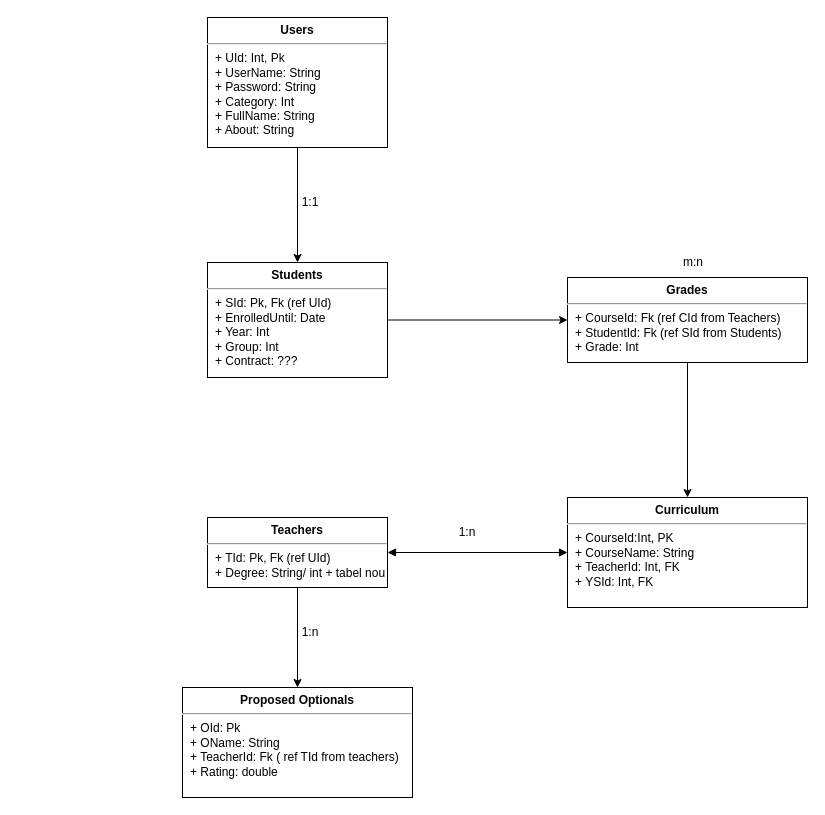
Above: DatabaseDiagram.drawio in iss-project-pisicile-salbatice/AcademicManagementSystem (draw.io), before the change. Source tidied: cells renumbered, new cells numbered last; positions are measured from the earlier drawing's top-left corner, leaving out a move shared by most shapes. Both pictures are drawn from the tidied source at 100%, with x=0, y=0 at pixel (182, 17).
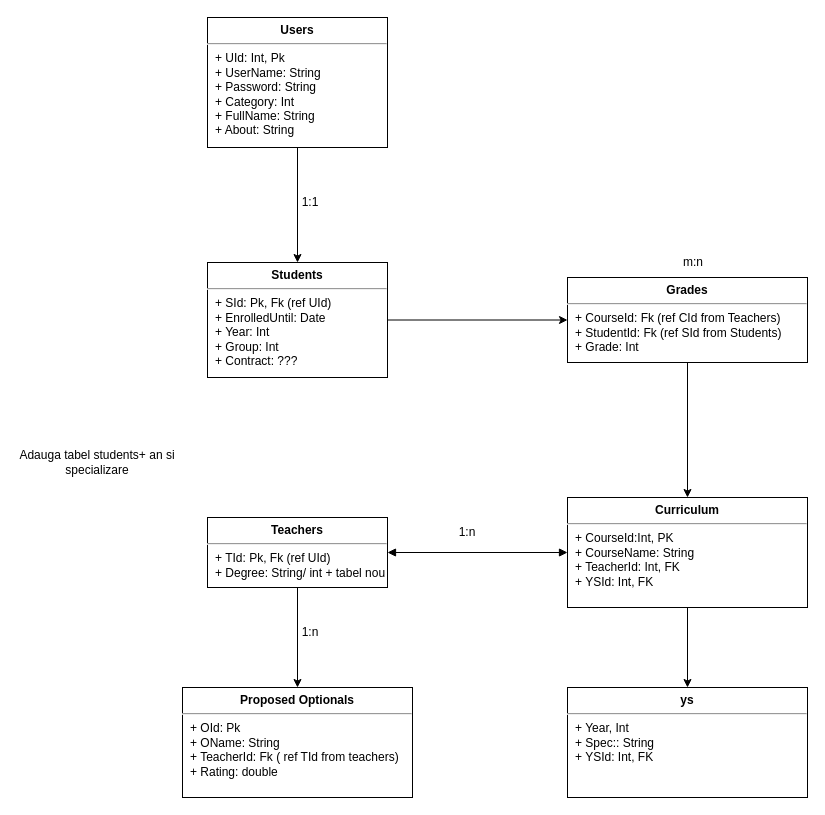
The same page after the edit.

Change to the diagram source:
```diff
@@
 <mxGraphModel>
   <root>
     <mxCell id="0" />
     <mxCell id="1" parent="0" />
     <mxCell id="2" style="edgeStyle=orthogonalEdgeStyle;rounded=0;jettySize=auto;html=1;entryX=0.5;entryY=0;entryDx=0;entryDy=0;" parent="1" edge="1" source="3" target="5">
       <mxGeometry relative="1" as="geometry" />
     </mxCell>
     <mxCell id="3" value="&lt;p style=&quot;margin: 0px ; margin-top: 6px ; text-align: center&quot;&gt;&lt;b&gt;Users&lt;/b&gt;&lt;/p&gt;&lt;hr&gt;&lt;p style=&quot;margin: 0px ; margin-left: 8px&quot;&gt;+ UId: Int, Pk&lt;br&gt;+ UserName: String&lt;/p&gt;&lt;p style=&quot;margin: 0px ; margin-left: 8px&quot;&gt;+ Password: String&lt;/p&gt;&lt;p style=&quot;margin: 0px ; margin-left: 8px&quot;&gt;+ Category: Int&lt;/p&gt;&lt;p style=&quot;margin: 0px ; margin-left: 8px&quot;&gt;+ FullName: String&lt;/p&gt;&lt;p style=&quot;margin: 0px ; margin-left: 8px&quot;&gt;+ About: String&lt;/p&gt;" style="align=left;overflow=fill;html=1;" parent="1" vertex="1">
       <mxGeometry x="25" width="180" height="130" as="geometry" />
     </mxCell>
     <mxCell id="4" style="edgeStyle=orthogonalEdgeStyle;rounded=0;jettySize=auto;html=1;" parent="1" edge="1" source="5" target="8">
       <mxGeometry relative="1" as="geometry" />
     </mxCell>
     <mxCell id="5" value="&lt;p style=&quot;margin: 0px ; margin-top: 6px ; text-align: center&quot;&gt;&lt;b&gt;Students&lt;/b&gt;&lt;/p&gt;&lt;hr&gt;&lt;p style=&quot;margin: 0px ; margin-left: 8px&quot;&gt;+ SId: Pk, Fk (ref UId)&lt;br&gt;+ EnrolledUntil: Date&lt;/p&gt;&lt;p style=&quot;margin: 0px ; margin-left: 8px&quot;&gt;+ Year: Int&lt;/p&gt;&lt;p style=&quot;margin: 0px ; margin-left: 8px&quot;&gt;+ Group: Int&lt;/p&gt;&lt;p style=&quot;margin: 0px ; margin-left: 8px&quot;&gt;+ Contract: ???&lt;/p&gt;" style="align=left;overflow=fill;html=1;" parent="1" vertex="1">
       <mxGeometry x="25" y="245" width="180" height="115" as="geometry" />
     </mxCell>
     <mxCell id="6" value="1:1" style="text;html=1;strokeColor=none;fillColor=none;align=center;verticalAlign=middle;whiteSpace=wrap;rounded=0;" parent="1" vertex="1">
       <mxGeometry x="98" y="170" width="60" height="30" as="geometry" />
     </mxCell>
     <mxCell id="7" style="edgeStyle=orthogonalEdgeStyle;rounded=0;jettySize=auto;html=1;" parent="1" edge="1" source="8" target="9">
       <mxGeometry relative="1" as="geometry" />
     </mxCell>
     <mxCell id="8" value="&lt;p style=&quot;margin: 0px ; margin-top: 6px ; text-align: center&quot;&gt;&lt;b&gt;Grades&lt;/b&gt;&lt;/p&gt;&lt;hr&gt;&lt;p style=&quot;margin: 0px ; margin-left: 8px&quot;&gt;+ CourseId: Fk (ref CId from Teachers)&lt;br&gt;+ StudentId: Fk (ref SId from Students)&lt;/p&gt;&lt;p style=&quot;margin: 0px ; margin-left: 8px&quot;&gt;+ Grade: Int&lt;/p&gt;&lt;p style=&quot;margin: 0px ; margin-left: 8px&quot;&gt;&lt;br&gt;&lt;/p&gt;" style="align=left;overflow=fill;html=1;" parent="1" vertex="1">
       <mxGeometry x="385" y="260" width="240" height="85" as="geometry" />
     </mxCell>
+    <mxCell id="17" style="edgeStyle=orthogonalEdgeStyle;rounded=0;jettySize=auto;html=1;" parent="1" edge="1" source="9" target="18">
+      <mxGeometry relative="1" as="geometry" />
+    </mxCell>
     <mxCell id="9" value="&lt;p style=&quot;margin: 0px ; margin-top: 6px ; text-align: center&quot;&gt;&lt;b&gt;Curriculum&lt;/b&gt;&lt;/p&gt;&lt;hr&gt;&lt;p style=&quot;margin: 0px ; margin-left: 8px&quot;&gt;+ CourseId:Int, PK&lt;br&gt;+ CourseName: String&lt;/p&gt;&lt;p style=&quot;margin: 0px ; margin-left: 8px&quot;&gt;+ TeacherId: Int, FK&lt;/p&gt;&lt;p style=&quot;margin: 0px ; margin-left: 8px&quot;&gt;+ YSId: Int, FK&lt;/p&gt;&lt;p style=&quot;margin: 0px ; margin-left: 8px&quot;&gt;&lt;br&gt;&lt;/p&gt;" style="align=left;overflow=fill;html=1;" parent="1" vertex="1">
       <mxGeometry x="385" y="480" width="240" height="110" as="geometry" />
     </mxCell>
     <mxCell id="10" value="m:n" style="text;html=1;strokeColor=none;fillColor=none;align=center;verticalAlign=middle;whiteSpace=wrap;rounded=0;" parent="1" vertex="1">
       <mxGeometry x="481" y="230" width="60" height="30" as="geometry" />
     </mxCell>
     <mxCell id="11" style="edgeStyle=orthogonalEdgeStyle;rounded=0;jettySize=auto;html=1;" parent="1" edge="1" source="12" target="15">
       <mxGeometry relative="1" as="geometry" />
     </mxCell>
     <mxCell id="12" value="&lt;p style=&quot;margin: 0px ; margin-top: 6px ; text-align: center&quot;&gt;&lt;b&gt;Teachers&lt;/b&gt;&lt;/p&gt;&lt;hr&gt;&lt;p style=&quot;margin: 0px ; margin-left: 8px&quot;&gt;+ TId: Pk, Fk (ref UId)&lt;br&gt;+ Degree: String/ int + tabel nou&lt;/p&gt;&lt;p style=&quot;margin: 0px ; margin-left: 8px&quot;&gt;&lt;br&gt;&lt;/p&gt;" style="align=left;overflow=fill;html=1;" parent="1" vertex="1">
       <mxGeometry x="25" y="500" width="180" height="70" as="geometry" />
     </mxCell>
     <mxCell id="13" style="endArrow=block;startArrow=block;endFill=1;startFill=1;html=1;rounded=0;exitX=1;exitY=0.5;exitDx=0;exitDy=0;" parent="1" edge="1" source="12" target="9">
       <mxGeometry relative="1" as="geometry" />
     </mxCell>
     <mxCell id="14" value="1:n" style="text;html=1;strokeColor=none;fillColor=none;align=center;verticalAlign=middle;whiteSpace=wrap;rounded=0;" parent="1" vertex="1">
       <mxGeometry x="255" y="500" width="60" height="30" as="geometry" />
     </mxCell>
     <mxCell id="15" value="&lt;p style=&quot;margin: 0px ; margin-top: 6px ; text-align: center&quot;&gt;&lt;b&gt;Proposed Optionals&lt;/b&gt;&lt;/p&gt;&lt;hr&gt;&lt;p style=&quot;margin: 0px ; margin-left: 8px&quot;&gt;+ OId: Pk&lt;br&gt;+ OName: String&lt;/p&gt;&lt;p style=&quot;margin: 0px ; margin-left: 8px&quot;&gt;+ TeacherId: Fk ( ref TId from teachers)&lt;br&gt;+ Rating: double&lt;/p&gt;&lt;p style=&quot;margin: 0px ; margin-left: 8px&quot;&gt;&lt;br&gt;&lt;/p&gt;" style="align=left;overflow=fill;html=1;" parent="1" vertex="1">
       <mxGeometry y="670" width="230" height="110" as="geometry" />
     </mxCell>
     <mxCell id="16" value="1:n" style="text;html=1;strokeColor=none;fillColor=none;align=center;verticalAlign=middle;whiteSpace=wrap;rounded=0;" parent="1" vertex="1">
       <mxGeometry x="98" y="600" width="60" height="30" as="geometry" />
     </mxCell>
+    <mxCell id="18" value="&lt;p style=&quot;margin: 0px ; margin-top: 6px ; text-align: center&quot;&gt;&lt;b&gt;ys&lt;/b&gt;&lt;/p&gt;&lt;hr&gt;&lt;p style=&quot;margin: 0px ; margin-left: 8px&quot;&gt;+ Year, Int&lt;br&gt;+ Spec:: String&lt;/p&gt;&lt;p style=&quot;margin: 0px ; margin-left: 8px&quot;&gt;&lt;span&gt;+ YSId: Int, FK&lt;/span&gt;&lt;br&gt;&lt;/p&gt;&lt;p style=&quot;margin: 0px ; margin-left: 8px&quot;&gt;&lt;br&gt;&lt;/p&gt;" style="align=left;overflow=fill;html=1;" parent="1" vertex="1">
+      <mxGeometry x="385" y="670" width="240" height="110" as="geometry" />
+    </mxCell>
+    <mxCell id="19" value="Adauga tabel students+ an si specializare" style="text;html=1;strokeColor=none;fillColor=none;align=center;verticalAlign=middle;whiteSpace=wrap;rounded=0;" parent="1" vertex="1">
+      <mxGeometry x="-165" y="370" width="160" height="150" as="geometry" />
+    </mxCell>
   </root>
 </mxGraphModel>
```
